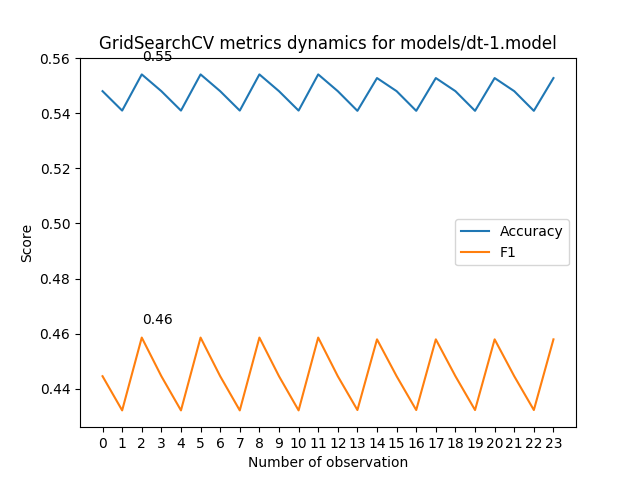
AverHLV/diploma-computations keeps this Graphviz diagram as models/dt-1.model_metrics.png. Above is the earlier version. Its source is kept beside it as models/dt-1.model.dot. Its diagram source:
```dot
digraph Tree {
node [shape=box, style="filled", color="black"] ;
0 [label="Topic <= 0.998\ngini = 0.558\nsamples = 12050\nvalue = [[32, 5192, 678, 4414, 1734]\n[326, 7321, 2425, 851, 1127]\n[144, 6590, 573, 4071, 672]\n...\n[15, 5656, 837, 3927, 1615]\n[9, 144, 61, 47, 11789]\n[17, 1994, 28, 7770, 2241]]", fillcolor="#fefbf8"] ;
1 [label="ОБ <= -0.369\ngini = 0.542\nsamples = 9270\nvalue = [[27, 4657, 538, 2689, 1359]\n[279, 5789, 1742, 574, 886]\n[121, 5808, 464, 2256, 621]\n...\n[15, 4965, 442, 2489, 1359]\n[7, 124, 38, 39, 9062]\n[16, 1800, 19, 5828, 1607]]", fillcolor="#fceee5"] ;
0 -> 1 [labeldistance=2.5, labelangle=45, headlabel="True"] ;
5 [label="Позафракційні <= -1.95\ngini = 0.53\nsamples = 2171\nvalue = [[10, 1219, 72, 451, 419]\n[36, 1459, 221, 155, 300]\n[21, 1351, 59, 487, 253]\n...\n[7, 1145, 82, 555, 382]\n[0, 15, 7, 1, 2148]\n[8, 328, 1, 1223, 611]]", fillcolor="#fae5d6"] ;
1 -> 5 ;
7 [label="gini = 0.408\nsamples = 203\nvalue = [[2, 21, 3, 111, 66]\n[0, 116, 34, 30, 23]\n[1, 37, 4, 128, 33]\n...\n[0, 25, 6, 93, 79]\n[0, 0, 0, 0, 203]\n[0, 4, 0, 31, 168]]", fillcolor="#e58139"] ;
5 -> 7 ;
8 [label="gini = 0.515\nsamples = 1968\nvalue = [[8, 1198, 69, 340, 353]\n[36, 1343, 187, 125, 277]\n[20, 1314, 55, 359, 220]\n...\n[7, 1120, 76, 462, 303]\n[0, 15, 7, 1, 1945]\n[8, 324, 1, 1192, 443]]", fillcolor="#f7d8c2"] ;
5 -> 8 ;
6 [label="Topic <= -1.596\ngini = 0.535\nsamples = 7099\nvalue = [[17, 3438, 466, 2238, 940]\n[243, 4330, 1521, 419, 586]\n[100, 4457, 405, 1769, 368]\n...\n[8, 3820, 360, 1934, 977]\n[7, 109, 31, 38, 6914]\n[8, 1472, 18, 4605, 996]]", fillcolor="#fae9dc"] ;
1 -> 6 ;
9 [label="gini = 0.47\nsamples = 331\nvalue = [[3, 92, 54, 161, 21]\n[6, 235, 65, 12, 13]\n[0, 78, 70, 180, 3]\n...\n[1, 85, 79, 128, 38]\n[0, 19, 0, 16, 296]\n[0, 26, 0, 226, 79]]", fillcolor="#efb489"] ;
6 -> 9 ;
10 [label="gini = 0.53\nsamples = 6768\nvalue = [[14, 3346, 412, 2077, 919]\n[237, 4095, 1456, 407, 573]\n[100, 4379, 335, 1589, 365]\n...\n[7, 3735, 281, 1806, 939]\n[7, 90, 31, 22, 6618]\n[8, 1446, 18, 4379, 917]]", fillcolor="#fae5d6"] ;
6 -> 10 ;
2 [label="НФ <= -0.149\ngini = 0.523\nsamples = 2780\nvalue = [[5, 535, 140, 1725, 375]\n[47, 1532, 683, 277, 241]\n[23, 782, 109, 1815, 51]\n...\n[0, 691, 395, 1438, 256]\n[2, 20, 23, 8, 2727]\n[1, 194, 9, 1942, 634]]", fillcolor="#f8dfcc"] ;
0 -> 2 [labeldistance=2.5, labelangle=-45, headlabel="False"] ;
3 [label="gini = 0.46\nsamples = 1877\nvalue = [[1, 153, 62, 1419, 242]\n[23, 982, 476, 227, 169]\n[2, 325, 51, 1477, 22]\n...\n[0, 338, 234, 1205, 100]\n[0, 3, 1, 1, 1872]\n[1, 60, 3, 1372, 441]]", fillcolor="#eeab7b"] ;
2 -> 3 ;
4 [label="gini = 0.563\nsamples = 903\nvalue = [[4, 382, 78, 306, 133]\n[24, 550, 207, 50, 72]\n[21, 457, 58, 338, 29]\n...\n[0, 353, 161, 233, 156]\n[2, 17, 22, 7, 855]\n[0, 134, 6, 570, 193]]", fillcolor="#ffffff"] ;
2 -> 4 ;
}
```
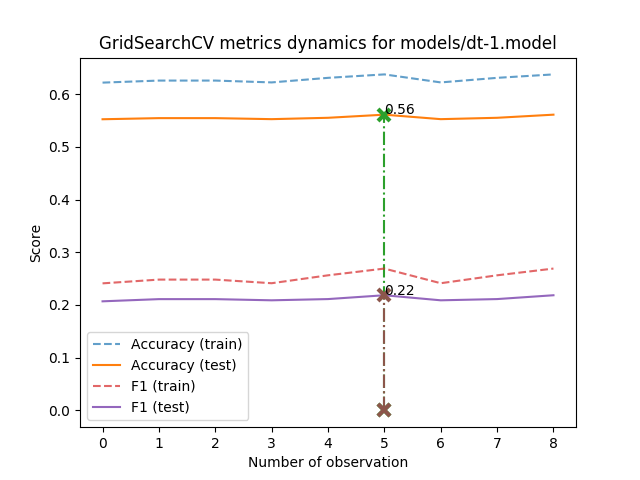
After the change.

The edit, as a diff of the source:
```diff
@@ -1,24 +1,56 @@
 digraph Tree {
 node [shape=box, style="filled", color="black"] ;
-0 [label="Topic <= 0.998\ngini = 0.558\nsamples = 12050\nvalue = [[32, 5192, 678, 4414, 1734]\n[326, 7321, 2425, 851, 1127]\n[144, 6590, 573, 4071, 672]\n...\n[15, 5656, 837, 3927, 1615]\n[9, 144, 61, 47, 11789]\n[17, 1994, 28, 7770, 2241]]", fillcolor="#fefbf8"] ;
-1 [label="ОБ <= -0.369\ngini = 0.542\nsamples = 9270\nvalue = [[27, 4657, 538, 2689, 1359]\n[279, 5789, 1742, 574, 886]\n[121, 5808, 464, 2256, 621]\n...\n[15, 4965, 442, 2489, 1359]\n[7, 124, 38, 39, 9062]\n[16, 1800, 19, 5828, 1607]]", fillcolor="#fceee5"] ;
+0 [label="Topic <= 0.998\ngini = 0.558\nsamples = 12050\nvalue = [[27, 5134, 717, 4395, 1777]\n[316, 7351, 2409, 811, 1163]\n[146, 6545, 586, 4058, 715]\n...\n[18, 5637, 841, 3941, 1613]\n[8, 145, 64, 42, 11791]\n[14, 1998, 27, 7814, 2197]]", fillcolor="#fefcfa"] ;
+1 [label="ОБ <= -0.369\ngini = 0.542\nsamples = 9291\nvalue = [[22, 4596, 566, 2703, 1404]\n[262, 5814, 1750, 536, 929]\n[123, 5760, 485, 2257, 666]\n...\n[18, 4950, 444, 2516, 1363]\n[6, 126, 39, 34, 9086]\n[14, 1788, 17, 5886, 1586]]", fillcolor="#fdf5f0"] ;
 0 -> 1 [labeldistance=2.5, labelangle=45, headlabel="True"] ;
-5 [label="Позафракційні <= -1.95\ngini = 0.53\nsamples = 2171\nvalue = [[10, 1219, 72, 451, 419]\n[36, 1459, 221, 155, 300]\n[21, 1351, 59, 487, 253]\n...\n[7, 1145, 82, 555, 382]\n[0, 15, 7, 1, 2148]\n[8, 328, 1, 1223, 611]]", fillcolor="#fae5d6"] ;
+5 [label="Позафракційні <= -2.638\ngini = 0.531\nsamples = 2183\nvalue = [[7, 1227, 82, 456, 411]\n[33, 1474, 216, 145, 315]\n[24, 1335, 70, 480, 274]\n...\n[9, 1164, 82, 552, 376]\n[0, 18, 9, 0, 2156]\n[6, 335, 1, 1244, 597]]", fillcolor="#fcf0e8"] ;
 1 -> 5 ;
-7 [label="gini = 0.408\nsamples = 203\nvalue = [[2, 21, 3, 111, 66]\n[0, 116, 34, 30, 23]\n[1, 37, 4, 128, 33]\n...\n[0, 25, 6, 93, 79]\n[0, 0, 0, 0, 203]\n[0, 4, 0, 31, 168]]", fillcolor="#e58139"] ;
-5 -> 7 ;
-8 [label="gini = 0.515\nsamples = 1968\nvalue = [[8, 1198, 69, 340, 353]\n[36, 1343, 187, 125, 277]\n[20, 1314, 55, 359, 220]\n...\n[7, 1120, 76, 462, 303]\n[0, 15, 7, 1, 1945]\n[8, 324, 1, 1192, 443]]", fillcolor="#f7d8c2"] ;
-5 -> 8 ;
-6 [label="Topic <= -1.596\ngini = 0.535\nsamples = 7099\nvalue = [[17, 3438, 466, 2238, 940]\n[243, 4330, 1521, 419, 586]\n[100, 4457, 405, 1769, 368]\n...\n[8, 3820, 360, 1934, 977]\n[7, 109, 31, 38, 6914]\n[8, 1472, 18, 4605, 996]]", fillcolor="#fae9dc"] ;
+9 [label="gini = 0.339\nsamples = 144\nvalue = [[1, 2, 2, 86, 53]\n[0, 73, 27, 26, 18]\n[0, 11, 5, 93, 35]\n...\n[0, 4, 1, 74, 65]\n[0, 0, 0, 0, 144]\n[0, 0, 0, 28, 116]]", fillcolor="#eb9f67"] ;
+5 -> 9 ;
+10 [label="ВОБ <= -0.559\ngini = 0.518\nsamples = 2039\nvalue = [[6, 1225, 80, 370, 358]\n[33, 1401, 189, 119, 297]\n[24, 1324, 65, 387, 239]\n...\n[9, 1160, 81, 478, 311]\n[0, 18, 9, 0, 2012]\n[6, 335, 1, 1216, 481]]", fillcolor="#fbebdf"] ;
+5 -> 10 ;
+23 [label="gini = 0.531\nsamples = 497\nvalue = [[0, 245, 15, 130, 107]\n[4, 260, 39, 42, 152]\n[5, 263, 30, 148, 51]\n...\n[2, 244, 16, 181, 54]\n[0, 0, 0, 0, 497]\n[1, 90, 0, 290, 116]]", fillcolor="#fcf0e8"] ;
+10 -> 23 ;
+24 [label="gini = 0.497\nsamples = 1542\nvalue = [[6, 980, 65, 240, 251]\n[29, 1141, 150, 77, 145]\n[19, 1061, 35, 239, 188]\n...\n[7, 916, 65, 297, 257]\n[0, 18, 9, 0, 1515]\n[5, 245, 1, 926, 365]]", fillcolor="#f9e2d1"] ;
+10 -> 24 ;
+6 [label="Topic <= -1.596\ngini = 0.535\nsamples = 7108\nvalue = [[15, 3369, 484, 2247, 993]\n[229, 4340, 1534, 391, 614]\n[99, 4425, 415, 1777, 392]\n...\n[9, 3786, 362, 1964, 987]\n[6, 108, 30, 34, 6930]\n[8, 1453, 16, 4642, 989]]", fillcolor="#fcf2eb"] ;
 1 -> 6 ;
-9 [label="gini = 0.47\nsamples = 331\nvalue = [[3, 92, 54, 161, 21]\n[6, 235, 65, 12, 13]\n[0, 78, 70, 180, 3]\n...\n[1, 85, 79, 128, 38]\n[0, 19, 0, 16, 296]\n[0, 26, 0, 226, 79]]", fillcolor="#efb489"] ;
-6 -> 9 ;
-10 [label="gini = 0.53\nsamples = 6768\nvalue = [[14, 3346, 412, 2077, 919]\n[237, 4095, 1456, 407, 573]\n[100, 4379, 335, 1589, 365]\n...\n[7, 3735, 281, 1806, 939]\n[7, 90, 31, 22, 6618]\n[8, 1446, 18, 4379, 917]]", fillcolor="#fae5d6"] ;
-6 -> 10 ;
-2 [label="НФ <= -0.149\ngini = 0.523\nsamples = 2780\nvalue = [[5, 535, 140, 1725, 375]\n[47, 1532, 683, 277, 241]\n[23, 782, 109, 1815, 51]\n...\n[0, 691, 395, 1438, 256]\n[2, 20, 23, 8, 2727]\n[1, 194, 9, 1942, 634]]", fillcolor="#f8dfcc"] ;
+7 [label="gini = 0.461\nsamples = 342\nvalue = [[3, 89, 66, 161, 23]\n[6, 255, 58, 8, 15]\n[0, 83, 68, 189, 2]\n...\n[1, 76, 86, 135, 44]\n[0, 26, 0, 16, 300]\n[0, 24, 0, 228, 90]]", fillcolor="#f6d2b9"] ;
+6 -> 7 ;
+8 [label="НФ <= 0.392\ngini = 0.53\nsamples = 6766\nvalue = [[12, 3280, 418, 2086, 970]\n[223, 4085, 1476, 383, 599]\n[99, 4342, 347, 1588, 390]\n...\n[8, 3710, 276, 1829, 943]\n[6, 82, 30, 18, 6630]\n[8, 1429, 16, 4414, 899]]", fillcolor="#fcf0e8"] ;
+6 -> 8 ;
+13 [label="Екогрупа <= -1.626\ngini = 0.519\nsamples = 4113\nvalue = [[4, 1873, 202, 1396, 638]\n[111, 2616, 907, 211, 268]\n[45, 2584, 193, 1012, 279]\n...\n[6, 2334, 175, 1226, 372]\n[2, 23, 12, 11, 4065]\n[4, 926, 8, 2710, 465]]", fillcolor="#fbebe0"] ;
+8 -> 13 ;
+15 [label="gini = 0.461\nsamples = 188\nvalue = [[0, 48, 12, 94, 34]\n[3, 110, 32, 3, 40]\n[0, 56, 5, 127, 0]\n...\n[0, 66, 13, 81, 28]\n[0, 2, 0, 0, 186]\n[0, 12, 0, 35, 141]]", fillcolor="#f6d3b9"] ;
+13 -> 15 ;
+16 [label="gini = 0.514\nsamples = 3925\nvalue = [[4, 1825, 190, 1302, 604]\n[108, 2506, 875, 208, 228]\n[45, 2528, 188, 885, 279]\n...\n[6, 2268, 162, 1145, 344]\n[2, 21, 12, 11, 3879]\n[4, 914, 8, 2675, 324]]", fillcolor="#fae9dd"] ;
+13 -> 16 ;
+14 [label="gini = 0.533\nsamples = 2653\nvalue = [[8, 1407, 216, 690, 332]\n[112, 1469, 569, 172, 331]\n[54, 1758, 154, 576, 111]\n...\n[2, 1376, 101, 603, 571]\n[4, 59, 18, 7, 2565]\n[4, 503, 8, 1704, 434]]", fillcolor="#fcf1e9"] ;
+8 -> 14 ;
+2 [label="НФ <= -0.149\ngini = 0.526\nsamples = 2759\nvalue = [[5, 538, 151, 1692, 373]\n[54, 1537, 659, 275, 234]\n[23, 785, 101, 1801, 49]\n...\n[0, 687, 397, 1425, 250]\n[2, 19, 25, 8, 2705]\n[0, 210, 10, 1928, 611]]", fillcolor="#fceee4"] ;
 0 -> 2 [labeldistance=2.5, labelangle=-45, headlabel="False"] ;
-3 [label="gini = 0.46\nsamples = 1877\nvalue = [[1, 153, 62, 1419, 242]\n[23, 982, 476, 227, 169]\n[2, 325, 51, 1477, 22]\n...\n[0, 338, 234, 1205, 100]\n[0, 3, 1, 1, 1872]\n[1, 60, 3, 1372, 441]]", fillcolor="#eeab7b"] ;
+3 [label="Topic <= 1.016\ngini = 0.46\nsamples = 1841\nvalue = [[1, 154, 64, 1389, 233]\n[23, 978, 455, 230, 155]\n[2, 319, 48, 1451, 21]\n...\n[0, 327, 238, 1180, 96]\n[0, 3, 2, 1, 1835]\n[0, 62, 2, 1355, 422]]", fillcolor="#f6d2b8"] ;
 2 -> 3 ;
-4 [label="gini = 0.563\nsamples = 903\nvalue = [[4, 382, 78, 306, 133]\n[24, 550, 207, 50, 72]\n[21, 457, 58, 338, 29]\n...\n[0, 353, 161, 233, 156]\n[2, 17, 22, 7, 855]\n[0, 134, 6, 570, 193]]", fillcolor="#ffffff"] ;
+11 [label="Екогрупа <= -0.566\ngini = 0.352\nsamples = 559\nvalue = [[0, 2, 27, 483, 47]\n[6, 385, 11, 102, 55]\n[0, 42, 11, 506, 0]\n...\n[0, 42, 138, 336, 43]\n[0, 0, 0, 0, 559]\n[0, 1, 0, 419, 139]]", fillcolor="#eca470"] ;
+3 -> 11 ;
+25 [label="gini = 0.27\nsamples = 183\nvalue = [[0, 0, 24, 158, 1]\n[2, 94, 1, 54, 32]\n[0, 0, 3, 180, 0]\n...\n[0, 6, 11, 124, 42]\n[0, 0, 0, 0, 183]\n[0, 0, 0, 45, 138]]", fillcolor="#e58139"] ;
+11 -> 25 ;
+26 [label="gini = 0.328\nsamples = 376\nvalue = [[0, 2, 3, 325, 46]\n[4, 291, 10, 48, 23]\n[0, 42, 8, 326, 0]\n...\n[0, 36, 127, 212, 1]\n[0, 0, 0, 0, 376]\n[0, 1, 0, 374, 1]]", fillcolor="#ea9a60"] ;
+11 -> 26 ;
+12 [label="Topic <= 1.421\ngini = 0.467\nsamples = 1282\nvalue = [[1, 152, 37, 906, 186]\n[17, 593, 444, 128, 100]\n[2, 277, 37, 945, 21]\n...\n[0, 285, 100, 844, 53]\n[0, 3, 2, 1, 1276]\n[0, 61, 2, 936, 283]]", fillcolor="#f6d5bd"] ;
+3 -> 12 ;
+17 [label="gini = 0.53\nsamples = 213\nvalue = [[0, 85, 9, 72, 47]\n[6, 127, 41, 6, 33]\n[1, 126, 6, 67, 13]\n...\n[0, 100, 11, 81, 21]\n[0, 2, 2, 0, 209]\n[0, 36, 0, 117, 60]]", fillcolor="#fcf0e7"] ;
+12 -> 17 ;
+18 [label="Topic <= 1.439\ngini = 0.425\nsamples = 1069\nvalue = [[1, 67, 28, 834, 139]\n[11, 466, 403, 122, 67]\n[1, 151, 31, 878, 8]\n...\n[0, 185, 89, 763, 32]\n[0, 1, 0, 1, 1067]\n[0, 25, 2, 819, 223]]", fillcolor="#f3c3a1"] ;
+12 -> 18 ;
+21 [label="gini = 0.333\nsamples = 448\nvalue = [[0, 15, 0, 368, 65]\n[6, 92, 234, 91, 25]\n[0, 32, 0, 416, 0]\n...\n[0, 45, 27, 362, 14]\n[0, 0, 0, 0, 448]\n[0, 1, 0, 382, 65]]", fillcolor="#eb9c63"] ;
+18 -> 21 ;
+22 [label="gini = 0.443\nsamples = 621\nvalue = [[1, 52, 28, 466, 74]\n[5, 374, 169, 31, 42]\n[1, 119, 31, 462, 8]\n...\n[0, 140, 62, 401, 18]\n[0, 1, 0, 1, 619]\n[0, 24, 2, 437, 158]]", fillcolor="#f4cbad"] ;
+18 -> 22 ;
+4 [label="Topic <= 1.016\ngini = 0.565\nsamples = 918\nvalue = [[4, 384, 87, 303, 140]\n[31, 559, 204, 45, 79]\n[21, 466, 53, 350, 28]\n...\n[0, 360, 159, 245, 154]\n[2, 16, 23, 7, 870]\n[0, 148, 8, 573, 189]]", fillcolor="#ffffff"] ;
 2 -> 4 ;
+19 [label="gini = 0.275\nsamples = 98\nvalue = [[0, 20, 24, 51, 3]\n[1, 77, 2, 6, 12]\n[0, 5, 0, 93, 0]\n...\n[0, 7, 70, 21, 0]\n[0, 0, 0, 0, 98]\n[0, 0, 0, 33, 65]]", fillcolor="#e5833c"] ;
+4 -> 19 ;
+20 [label="gini = 0.561\nsamples = 820\nvalue = [[4, 364, 63, 252, 137]\n[30, 482, 202, 39, 67]\n[21, 461, 53, 257, 28]\n...\n[0, 353, 89, 224, 154]\n[2, 16, 23, 7, 772]\n[0, 148, 8, 540, 124]]", fillcolor="#fffdfc"] ;
+4 -> 20 ;
 }
```
